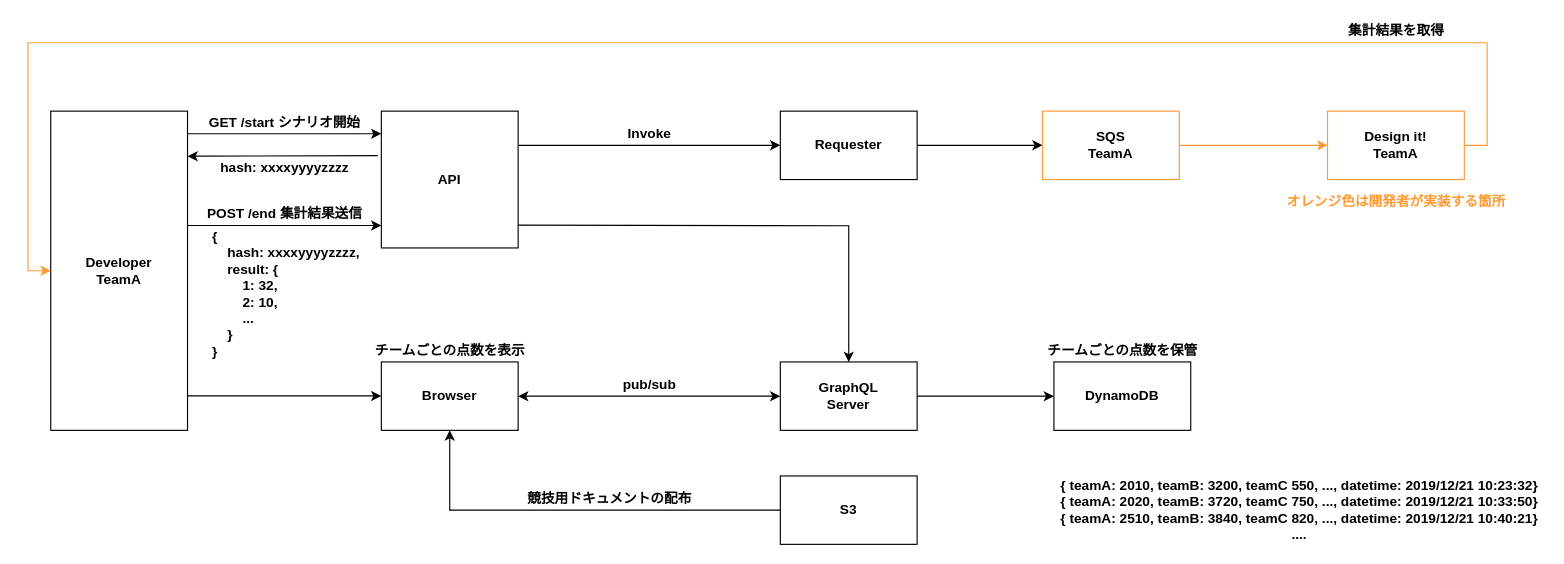
Earlier version of the draw.io diagram score-board.drawio (daisuke-awaji/serverless-workshop). Source tidied: cells renumbered, new cells numbered last; positions are measured from the earlier drawing's top-left corner, leaving out a move shared by most shapes. Both pictures are drawn from the tidied source at 114%, with x=0, y=0 at pixel (27, 19).
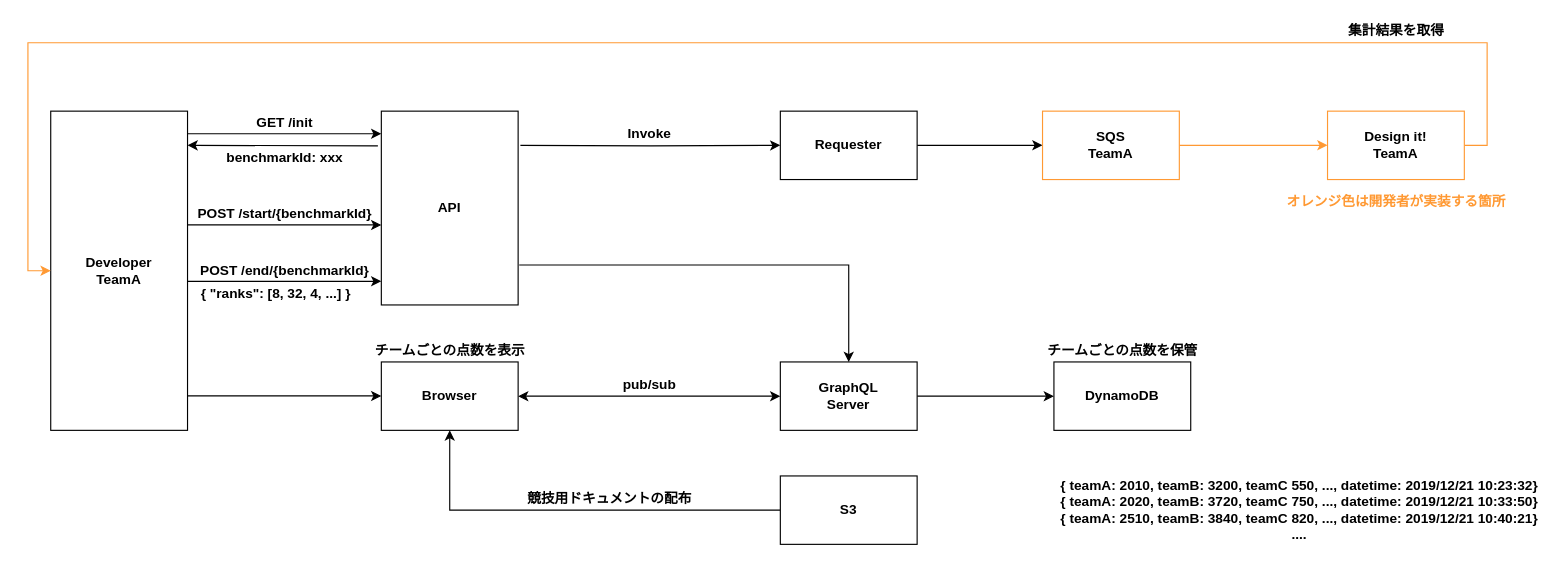
The same page after the edit.

Unchanged cells that the change refers to:
```xml
<mxCell id="3" value="&lt;b&gt;Requester&lt;/b&gt;" style="rounded=0;whiteSpace=wrap;html=1;" parent="1" vertex="1">
  <mxGeometry x="660" y="80" width="120" height="60" as="geometry" />
</mxCell>
<mxCell id="5" value="&lt;b&gt;GraphQL&lt;br&gt;Server&lt;br&gt;&lt;/b&gt;" style="rounded=0;whiteSpace=wrap;html=1;" parent="1" vertex="1">
  <mxGeometry x="660" y="300" width="120" height="60" as="geometry" />
</mxCell>
```

Diff of the diagram source:
```diff
@@
-    <mxCell id="9" style="edgeStyle=orthogonalEdgeStyle;rounded=0;jettySize=auto;html=1;exitX=1;exitY=0.25;exitDx=0;exitDy=0;" parent="1" edge="1" source="11" target="3">
-      <mxGeometry relative="1" as="geometry" />
+    <mxCell id="9" style="edgeStyle=orthogonalEdgeStyle;rounded=0;jettySize=auto;html=1;" parent="1" edge="1" target="3">
+      <mxGeometry relative="1" as="geometry">
+        <mxPoint x="432" y="110" as="sourcePoint" />
+      </mxGeometry>
     </mxCell>
@@
     <mxCell id="11" value="&lt;b&gt;API&lt;br&gt;&lt;/b&gt;" style="rounded=0;whiteSpace=wrap;html=1;" parent="1" vertex="1">
-      <mxGeometry x="310" y="80" width="120" height="120" as="geometry" />
+      <mxGeometry x="310" y="80" width="120" height="170" as="geometry" />
     </mxCell>
-    <mxCell id="12" style="edgeStyle=orthogonalEdgeStyle;rounded=0;jettySize=auto;html=1;exitX=1;exitY=0.5;exitDx=0;exitDy=0;" parent="1" edge="1" target="5">
-      <mxGeometry relative="1" as="geometry">
-        <mxPoint x="430" y="180" as="sourcePoint" />
-      </mxGeometry>
+    <mxCell id="12" style="edgeStyle=orthogonalEdgeStyle;rounded=0;jettySize=auto;html=1;exitX=1.008;exitY=0.794;exitDx=0;exitDy=0;exitPerimeter=0;" parent="1" edge="1" source="11" target="5">
+      <mxGeometry relative="1" as="geometry" />
     </mxCell>
-    <mxCell id="13" value="hash: xxxxyyyyzzzz" style="text;html=1;align=center;verticalAlign=middle;fontStyle=1;" parent="1" vertex="1">
-      <mxGeometry x="160" y="120" width="130" height="20" as="geometry" />
+    <mxCell id="13" value="benchmarkId: xxx" style="text;html=1;align=center;verticalAlign=middle;fontStyle=1;" parent="1" vertex="1">
+      <mxGeometry x="165" y="110.5" width="120" height="20" as="geometry" />
     </mxCell>
-    <mxCell id="14" value="GET /start シナリオ開始" style="text;html=1;align=center;verticalAlign=middle;fontStyle=1;" parent="1" vertex="1">
-      <mxGeometry x="150" y="80" width="150" height="20" as="geometry" />
+    <mxCell id="14" value="GET /init" style="text;html=1;align=center;verticalAlign=middle;fontStyle=1;" parent="1" vertex="1">
+      <mxGeometry x="195" y="80" width="60" height="20" as="geometry" />
     </mxCell>
     <mxCell id="15" style="edgeStyle=orthogonalEdgeStyle;rounded=0;orthogonalLoop=1;jettySize=auto;html=1;exitX=1;exitY=0.118;exitDx=0;exitDy=0;entryX=0;entryY=0.25;entryDx=0;entryDy=0;exitPerimeter=0;" parent="1" edge="1">
       <mxGeometry relative="1" as="geometry">
-        <mxPoint x="140" y="180.3" as="sourcePoint" />
-        <mxPoint x="310" y="180.3" as="targetPoint" />
+        <mxPoint x="140" y="229.3" as="sourcePoint" />
+        <mxPoint x="310" y="229.3" as="targetPoint" />
       </mxGeometry>
     </mxCell>
-    <mxCell id="16" value="POST /end 集計結果送信" style="text;html=1;align=center;verticalAlign=middle;fontStyle=1;" parent="1" vertex="1">
-      <mxGeometry x="150" y="160" width="150" height="20" as="geometry" />
+    <mxCell id="16" value="POST /end/{benchmarkId}" style="text;html=1;align=center;verticalAlign=middle;fontStyle=1;" parent="1" vertex="1">
+      <mxGeometry x="145" y="210" width="160" height="20" as="geometry" />
     </mxCell>
-    <mxCell id="17" value="{&lt;br&gt;&amp;nbsp; &amp;nbsp; hash: xxxxyyyyzzzz,&lt;br&gt;&amp;nbsp; &amp;nbsp; result: {&lt;br&gt;&amp;nbsp; &amp;nbsp; &amp;nbsp; &amp;nbsp; 1: 32,&lt;br&gt;&amp;nbsp; &amp;nbsp; &amp;nbsp; &amp;nbsp; 2: 10,&lt;br&gt;&amp;nbsp; &amp;nbsp; &amp;nbsp; &amp;nbsp; ...&lt;br&gt;&amp;nbsp; &amp;nbsp; }&lt;br&gt;}" style="text;html=1;align=left;verticalAlign=middle;fontStyle=1;" parent="1" vertex="1">
-      <mxGeometry x="160" y="180" width="140" height="120" as="geometry" />
+    <mxCell id="17" value="{ &quot;ranks&quot;: [8, 32, 4, ...] }" style="text;html=1;align=left;verticalAlign=middle;fontStyle=1;" parent="1" vertex="1">
+      <mxGeometry x="150" y="230" width="150" height="20" as="geometry" />
     </mxCell>
@@
-    <mxCell id="27" style="endArrow=classic;html=1;strokeColor=#000000;exitX=-0.025;exitY=0.325;exitDx=0;exitDy=0;exitPerimeter=0;" parent="1" edge="1" source="11">
+    <mxCell id="27" style="endArrow=classic;html=1;strokeColor=#000000;" parent="1" edge="1">
       <mxGeometry relative="1" as="geometry">
-        <mxPoint x="140" y="119.5" as="targetPoint" />
+        <mxPoint x="307" y="110.5" as="sourcePoint" />
+        <mxPoint x="140" y="110" as="targetPoint" />
       </mxGeometry>
     </mxCell>
@@
+    <mxCell id="35" value="POST /start/{benchmarkId}" style="text;html=1;align=center;verticalAlign=middle;fontStyle=1;" parent="1" vertex="1">
+      <mxGeometry x="140" y="160" width="170" height="20" as="geometry" />
+    </mxCell>
+    <mxCell id="36" style="edgeStyle=orthogonalEdgeStyle;rounded=0;orthogonalLoop=1;jettySize=auto;html=1;exitX=1;exitY=0.118;exitDx=0;exitDy=0;entryX=0;entryY=0.25;entryDx=0;entryDy=0;exitPerimeter=0;" parent="1" edge="1">
+      <mxGeometry relative="1" as="geometry">
+        <mxPoint x="140" y="179.8" as="sourcePoint" />
+        <mxPoint x="310" y="179.8" as="targetPoint" />
+      </mxGeometry>
+    </mxCell>
```
